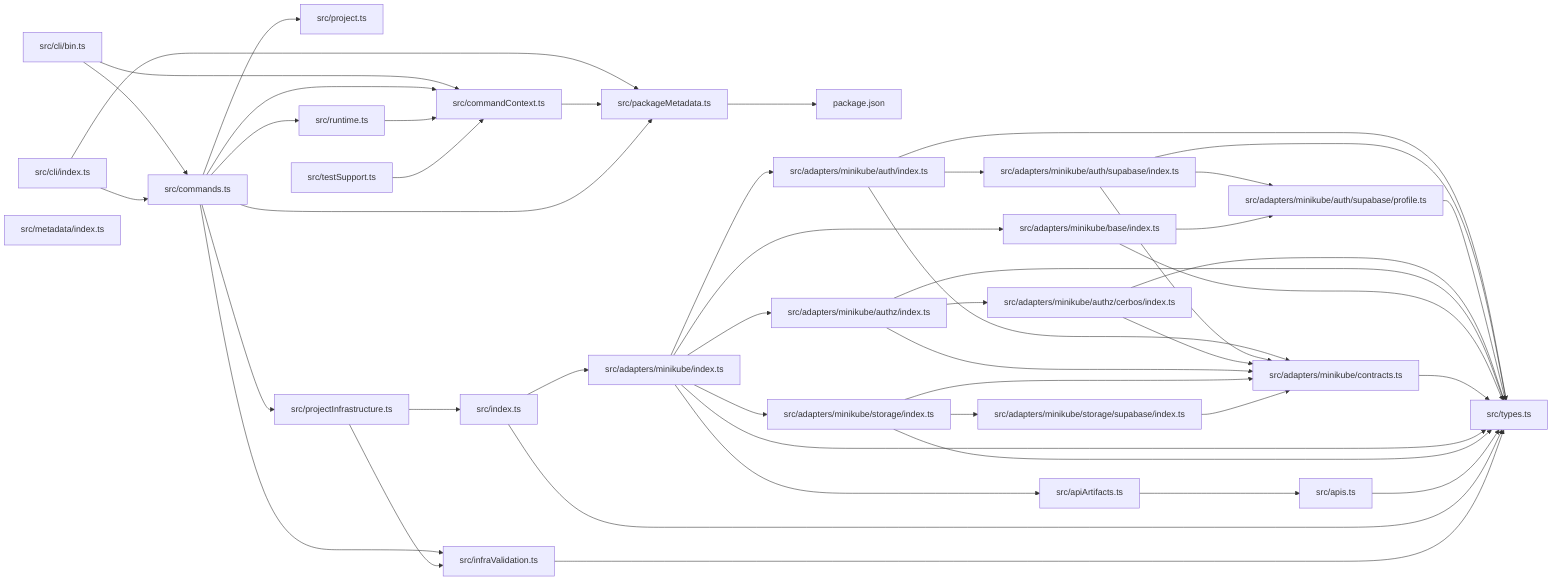
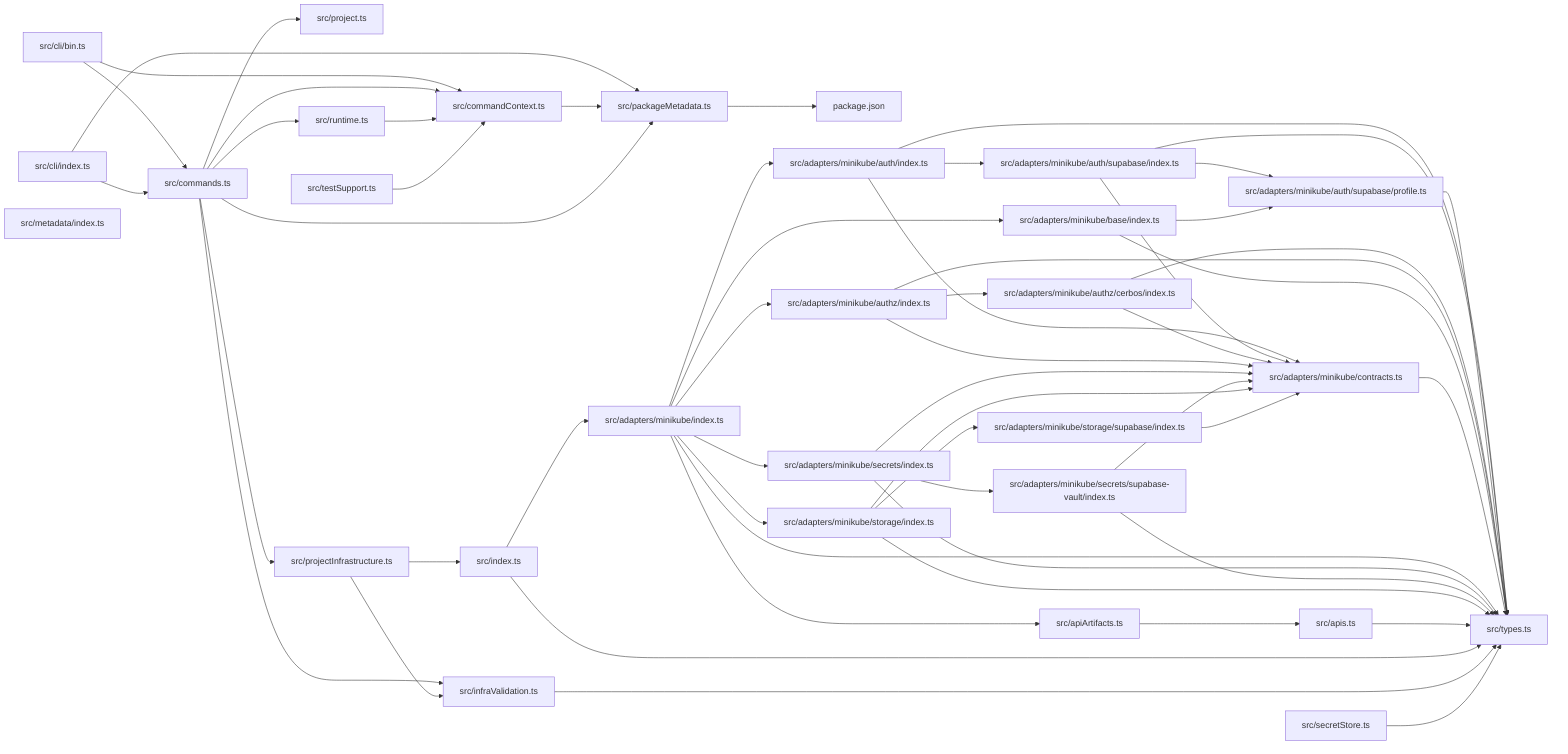
graph LR
  module_package_json["package.json"]
  module_src_adapters_minikube_auth_index_ts["src/adapters/minikube/auth/index.ts"]
  module_src_adapters_minikube_auth_supabase_index_ts["src/adapters/minikube/auth/supabase/index.ts"]
  module_src_adapters_minikube_auth_supabase_profile_ts["src/adapters/minikube/auth/supabase/profile.ts"]
  module_src_adapters_minikube_authz_cerbos_index_ts["src/adapters/minikube/authz/cerbos/index.ts"]
  module_src_adapters_minikube_authz_index_ts["src/adapters/minikube/authz/index.ts"]
  module_src_adapters_minikube_base_index_ts["src/adapters/minikube/base/index.ts"]
  module_src_adapters_minikube_contracts_ts["src/adapters/minikube/contracts.ts"]
  module_src_adapters_minikube_index_ts["src/adapters/minikube/index.ts"]
+   module_src_adapters_minikube_secrets_index_ts["src/adapters/minikube/secrets/index.ts"]
+   module_src_adapters_minikube_secrets_supabase_vault_index_ts["src/adapters/minikube/secrets/supabase-vault/index.ts"]
  module_src_adapters_minikube_storage_index_ts["src/adapters/minikube/storage/index.ts"]
  module_src_adapters_minikube_storage_supabase_index_ts["src/adapters/minikube/storage/supabase/index.ts"]
  module_src_apiArtifacts_ts["src/apiArtifacts.ts"]
  module_src_apis_ts["src/apis.ts"]
  module_src_cli_bin_ts["src/cli/bin.ts"]
  module_src_cli_index_ts["src/cli/index.ts"]
  module_src_commandContext_ts["src/commandContext.ts"]
  module_src_commands_ts["src/commands.ts"]
  module_src_index_ts["src/index.ts"]
  module_src_infraValidation_ts["src/infraValidation.ts"]
  module_src_metadata_index_ts["src/metadata/index.ts"]
  module_src_packageMetadata_ts["src/packageMetadata.ts"]
  module_src_project_ts["src/project.ts"]
  module_src_projectInfrastructure_ts["src/projectInfrastructure.ts"]
  module_src_runtime_ts["src/runtime.ts"]
+   module_src_secretStore_ts["src/secretStore.ts"]
  module_src_testSupport_ts["src/testSupport.ts"]
  module_src_types_ts["src/types.ts"]
  module_src_adapters_minikube_auth_index_ts --> module_src_adapters_minikube_auth_supabase_index_ts
  module_src_adapters_minikube_auth_index_ts --> module_src_adapters_minikube_contracts_ts
  module_src_adapters_minikube_auth_index_ts --> module_src_types_ts
  module_src_adapters_minikube_auth_supabase_index_ts --> module_src_adapters_minikube_auth_supabase_profile_ts
  module_src_adapters_minikube_auth_supabase_index_ts --> module_src_adapters_minikube_contracts_ts
  module_src_adapters_minikube_auth_supabase_index_ts --> module_src_types_ts
  module_src_adapters_minikube_auth_supabase_profile_ts --> module_src_types_ts
  module_src_adapters_minikube_authz_cerbos_index_ts --> module_src_adapters_minikube_contracts_ts
  module_src_adapters_minikube_authz_cerbos_index_ts --> module_src_types_ts
  module_src_adapters_minikube_authz_index_ts --> module_src_adapters_minikube_authz_cerbos_index_ts
  module_src_adapters_minikube_authz_index_ts --> module_src_adapters_minikube_contracts_ts
  module_src_adapters_minikube_authz_index_ts --> module_src_types_ts
  module_src_adapters_minikube_base_index_ts --> module_src_adapters_minikube_auth_supabase_profile_ts
  module_src_adapters_minikube_base_index_ts --> module_src_types_ts
  module_src_adapters_minikube_contracts_ts --> module_src_types_ts
  module_src_adapters_minikube_index_ts --> module_src_adapters_minikube_auth_index_ts
  module_src_adapters_minikube_index_ts --> module_src_adapters_minikube_authz_index_ts
  module_src_adapters_minikube_index_ts --> module_src_adapters_minikube_base_index_ts
+   module_src_adapters_minikube_index_ts --> module_src_adapters_minikube_secrets_index_ts
  module_src_adapters_minikube_index_ts --> module_src_adapters_minikube_storage_index_ts
  module_src_adapters_minikube_index_ts --> module_src_apiArtifacts_ts
  module_src_adapters_minikube_index_ts --> module_src_types_ts
+   module_src_adapters_minikube_secrets_index_ts --> module_src_adapters_minikube_contracts_ts
+   module_src_adapters_minikube_secrets_index_ts --> module_src_adapters_minikube_secrets_supabase_vault_index_ts
+   module_src_adapters_minikube_secrets_index_ts --> module_src_types_ts
+   module_src_adapters_minikube_secrets_supabase_vault_index_ts --> module_src_adapters_minikube_contracts_ts
+   module_src_adapters_minikube_secrets_supabase_vault_index_ts --> module_src_types_ts
  module_src_adapters_minikube_storage_index_ts --> module_src_adapters_minikube_contracts_ts
  module_src_adapters_minikube_storage_index_ts --> module_src_adapters_minikube_storage_supabase_index_ts
  module_src_adapters_minikube_storage_index_ts --> module_src_types_ts
  module_src_adapters_minikube_storage_supabase_index_ts --> module_src_adapters_minikube_contracts_ts
  module_src_apiArtifacts_ts --> module_src_apis_ts
  module_src_apis_ts --> module_src_types_ts
  module_src_cli_bin_ts --> module_src_commandContext_ts
  module_src_cli_bin_ts --> module_src_commands_ts
  module_src_cli_index_ts --> module_src_commands_ts
  module_src_cli_index_ts --> module_src_packageMetadata_ts
  module_src_commandContext_ts --> module_src_packageMetadata_ts
  module_src_commands_ts --> module_src_commandContext_ts
  module_src_commands_ts --> module_src_infraValidation_ts
  module_src_commands_ts --> module_src_packageMetadata_ts
  module_src_commands_ts --> module_src_project_ts
  module_src_commands_ts --> module_src_projectInfrastructure_ts
  module_src_commands_ts --> module_src_runtime_ts
  module_src_index_ts --> module_src_adapters_minikube_index_ts
  module_src_index_ts --> module_src_types_ts
  module_src_infraValidation_ts --> module_src_types_ts
  module_src_packageMetadata_ts --> module_package_json
  module_src_projectInfrastructure_ts --> module_src_index_ts
  module_src_projectInfrastructure_ts --> module_src_infraValidation_ts
  module_src_runtime_ts --> module_src_commandContext_ts
+   module_src_secretStore_ts --> module_src_types_ts
  module_src_testSupport_ts --> module_src_commandContext_ts
